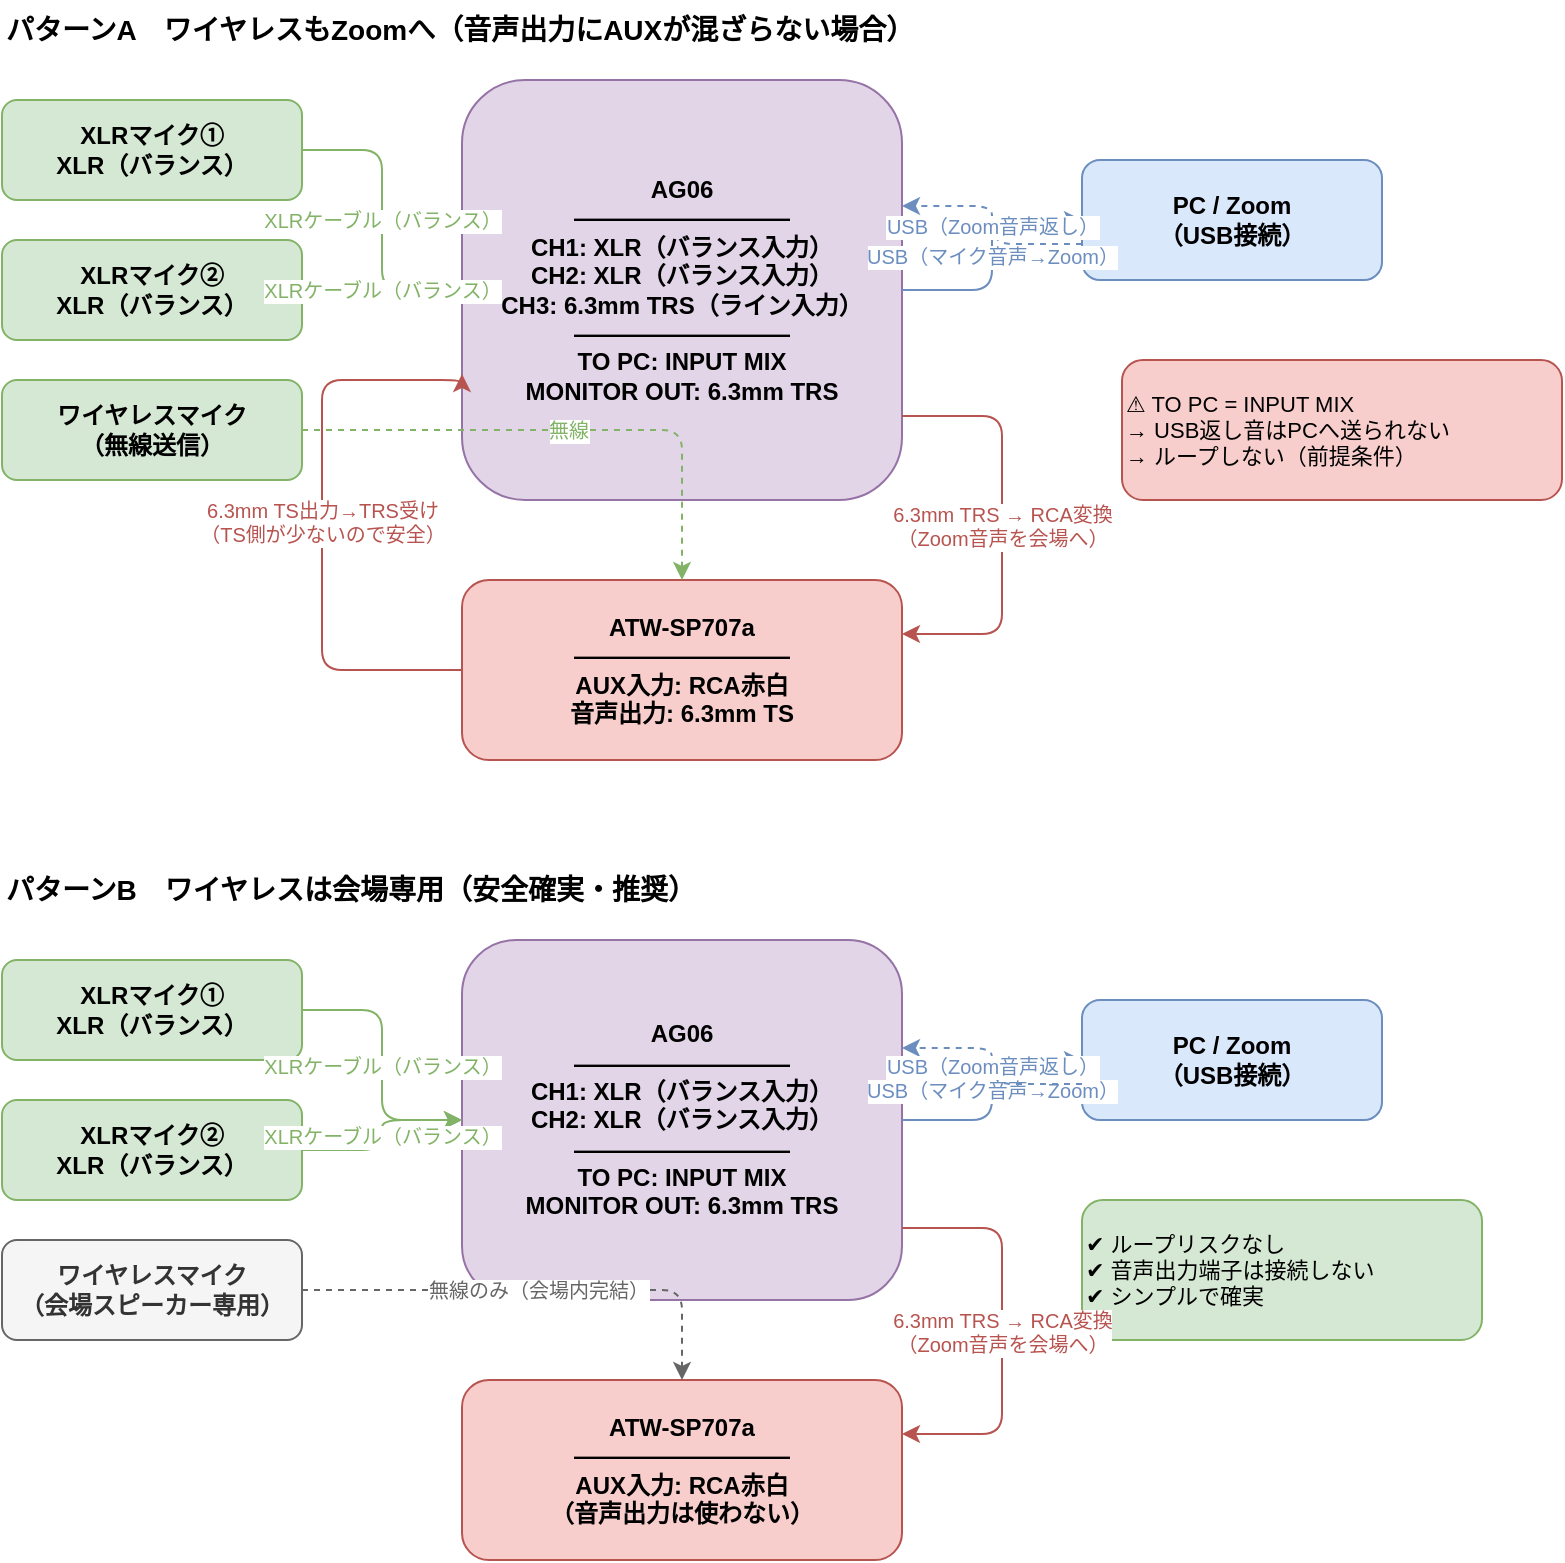
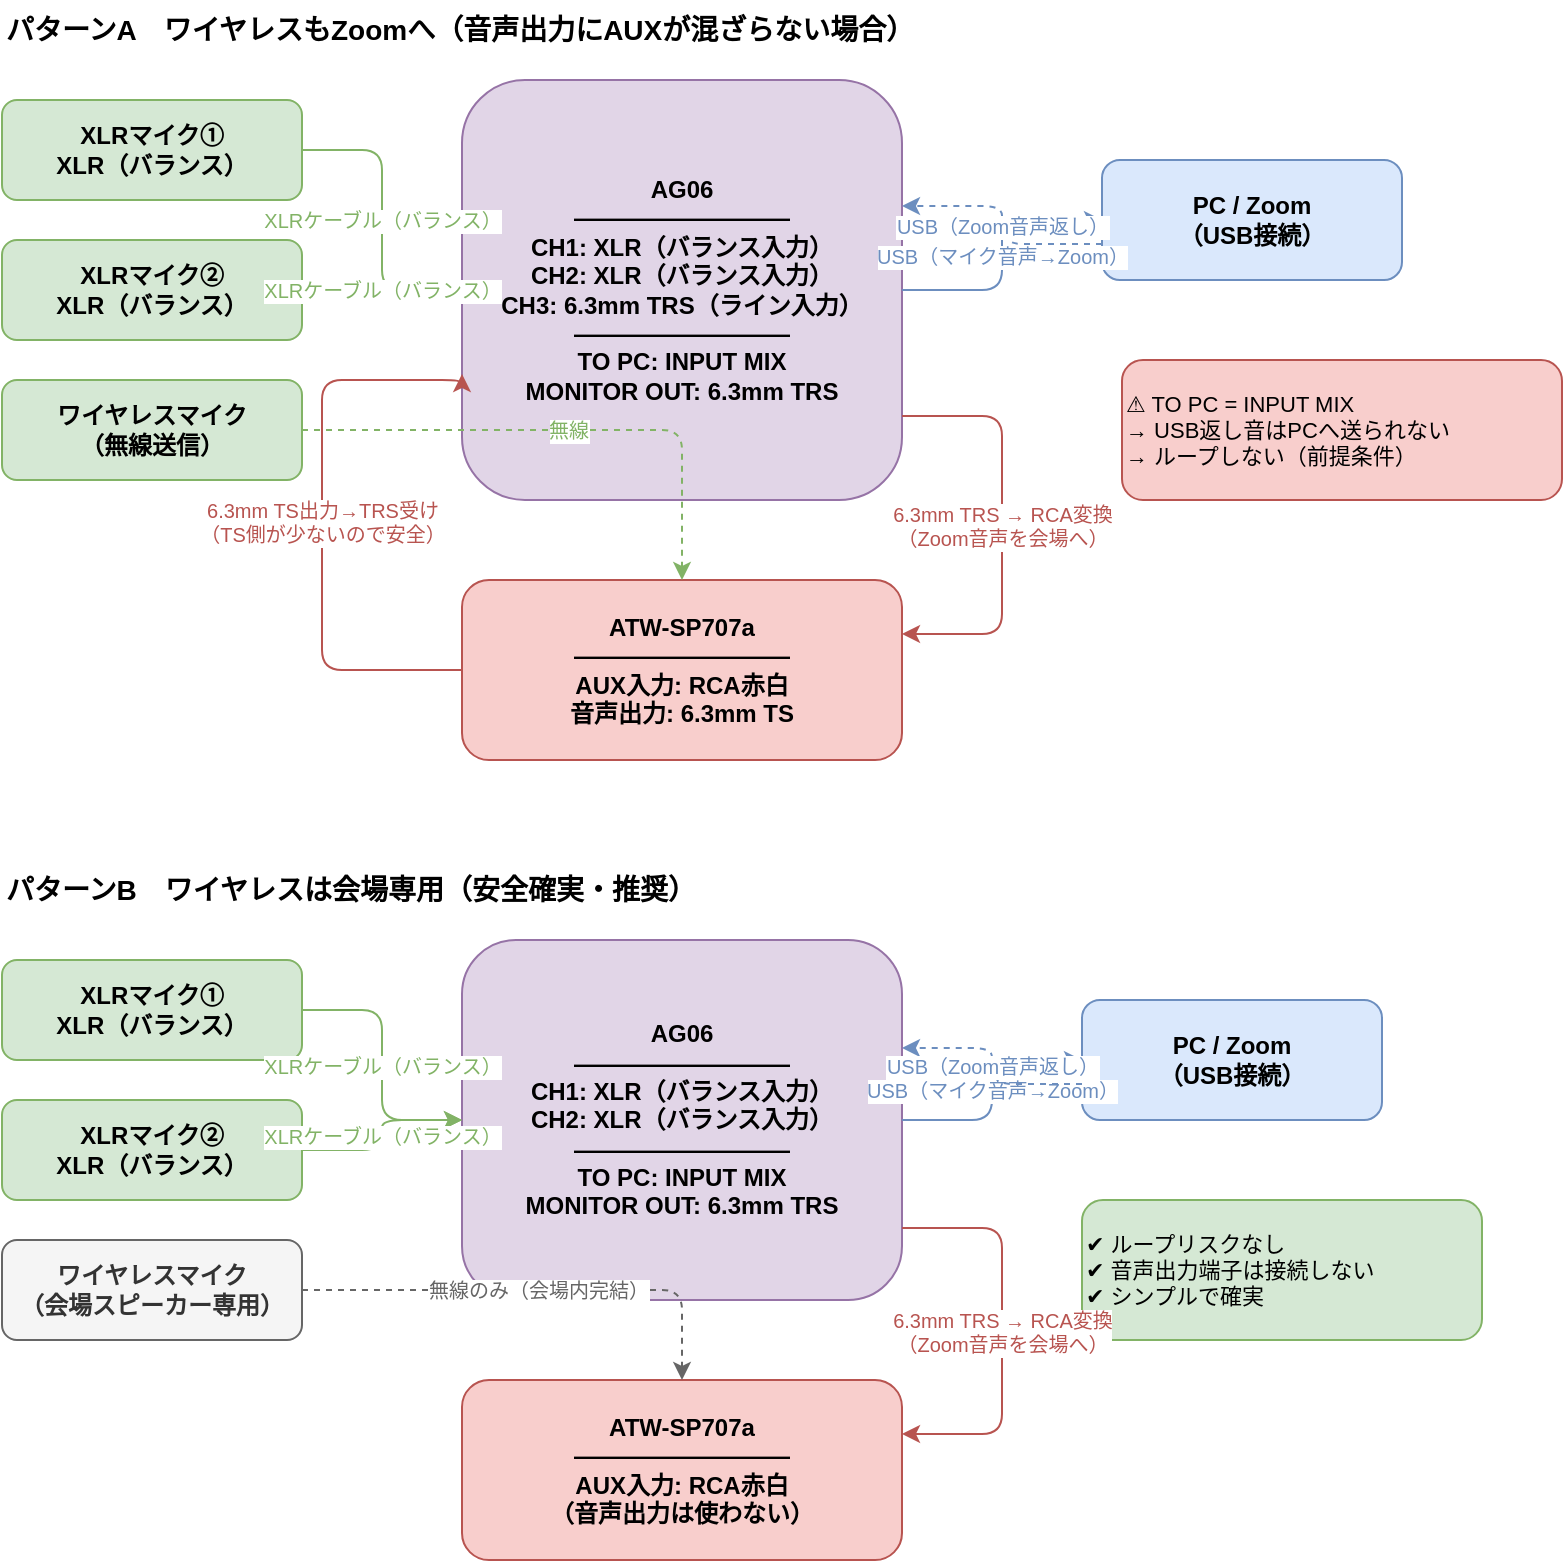
<mxfile host="65bd71144e">
    <diagram id="PcbKWYQ69NuaDzZ4_Pew" name="Page-1">
        <mxGraphModel dx="200" dy="1067" grid="1" gridSize="10" guides="1" tooltips="1" connect="1" arrows="1" fold="1" page="1" pageScale="1" pageWidth="1654" pageHeight="1169" math="0" shadow="0">
            <root>
                <mxCell id="0"/>
                <mxCell id="1" parent="0"/>
                <mxCell id="label_a" value="パターンA　ワイヤレスもZoomへ（音声出力にAUXが混ざらない場合）" style="text;html=1;strokeColor=none;fillColor=none;align=left;verticalAlign=middle;whiteSpace=wrap;rounded=0;fontSize=14;fontStyle=1;" parent="1" vertex="1">
                    <mxGeometry x="40" y="20" width="700" height="30" as="geometry"/>
                </mxCell>
                <mxCell id="a_mic1" value="XLRマイク①&lt;br&gt;XLR（バランス）" style="rounded=1;whiteSpace=wrap;html=1;fillColor=#d5e8d4;strokeColor=#82b366;fontStyle=1;" parent="1" vertex="1">
                    <mxGeometry x="40" y="70" width="150" height="50" as="geometry"/>
                </mxCell>
                <mxCell id="a_mic2" value="XLRマイク②&lt;br&gt;XLR（バランス）" style="rounded=1;whiteSpace=wrap;html=1;fillColor=#d5e8d4;strokeColor=#82b366;fontStyle=1;" parent="1" vertex="1">
                    <mxGeometry x="40" y="140" width="150" height="50" as="geometry"/>
                </mxCell>
                <mxCell id="a_wl" value="ワイヤレスマイク&lt;br&gt;（無線送信）" style="rounded=1;whiteSpace=wrap;html=1;fillColor=#d5e8d4;strokeColor=#82b366;fontStyle=1;" parent="1" vertex="1">
                    <mxGeometry x="40" y="210" width="150" height="50" as="geometry"/>
                </mxCell>
                <mxCell id="a_ag06" value="AG06&lt;br&gt;―――――――――&lt;br&gt;CH1: XLR（バランス入力）&lt;br&gt;CH2: XLR（バランス入力）&lt;br&gt;CH3: 6.3mm TRS（ライン入力）&lt;br&gt;―――――――――&lt;br&gt;TO PC: INPUT MIX&lt;br&gt;MONITOR OUT: 6.3mm TRS" style="rounded=1;whiteSpace=wrap;html=1;fillColor=#e1d5e7;strokeColor=#9673a6;fontStyle=1;align=center;" parent="1" vertex="1">
                    <mxGeometry x="270" y="60" width="220" height="210" as="geometry"/>
                </mxCell>
                <mxCell id="a_atw" value="ATW-SP707a&lt;br&gt;―――――――――&lt;br&gt;AUX入力: RCA赤白&lt;br&gt;音声出力: 6.3mm TS" style="rounded=1;whiteSpace=wrap;html=1;fillColor=#f8cecc;strokeColor=#b85450;fontStyle=1;" parent="1" vertex="1">
                    <mxGeometry x="270" y="310" width="220" height="90" as="geometry"/>
                </mxCell>
                <mxCell id="a_pc" value="PC / Zoom&lt;br&gt;（USB接続）" style="rounded=1;whiteSpace=wrap;html=1;fillColor=#dae8fc;strokeColor=#6c8ebf;fontStyle=1;" parent="1" vertex="1">
-                     <mxGeometry x="580" y="100" width="150" height="60" as="geometry"/>
+                     <mxGeometry x="590" y="100" width="150" height="60" as="geometry"/>
                </mxCell>
                <mxCell id="a_note" value="⚠ TO PC = INPUT MIX&lt;br&gt;→ USB返し音はPCへ送られない&lt;br&gt;→ ループしない（前提条件）" style="text;html=1;strokeColor=#b85450;fillColor=#f8cecc;align=left;verticalAlign=middle;whiteSpace=wrap;rounded=1;fontSize=11;" parent="1" vertex="1">
                    <mxGeometry x="600" y="200" width="220" height="70" as="geometry"/>
                </mxCell>
                <mxCell id="a_arr_mic1" value="XLRケーブル（バランス）" style="edgeStyle=orthogonalEdgeStyle;html=1;strokeColor=#82b366;fontColor=#82b366;fontSize=10;" parent="1" source="a_mic1" target="a_ag06" edge="1">
                    <mxGeometry relative="1" as="geometry"/>
                </mxCell>
                <mxCell id="a_arr_mic2" value="XLRケーブル（バランス）" style="edgeStyle=orthogonalEdgeStyle;html=1;strokeColor=#82b366;fontColor=#82b366;fontSize=10;" parent="1" source="a_mic2" target="a_ag06" edge="1">
                    <mxGeometry relative="1" as="geometry"/>
                </mxCell>
                <mxCell id="a_arr_wl" value="無線" style="edgeStyle=orthogonalEdgeStyle;html=1;strokeColor=#82b366;dashed=1;fontColor=#82b366;fontSize=10;" parent="1" source="a_wl" target="a_atw" edge="1">
                    <mxGeometry relative="1" as="geometry"/>
                </mxCell>
                <mxCell id="a_arr_atw_ag06" value="6.3mm TS出力→TRS受け&lt;br&gt;（TS側が少ないので安全）" style="edgeStyle=orthogonalEdgeStyle;html=1;strokeColor=#b85450;fontColor=#b85450;fontSize=10;exitX=0;exitY=0.5;exitDx=0;exitDy=0;entryX=0;entryY=0.7;entryDx=0;entryDy=0;" parent="1" source="a_atw" target="a_ag06" edge="1">
                    <mxGeometry relative="1" as="geometry">
                        <Array as="points">
                            <mxPoint x="200" y="355"/>
                            <mxPoint x="200" y="210"/>
                        </Array>
                    </mxGeometry>
                </mxCell>
                <mxCell id="a_arr_usb_out" value="USB（マイク音声→Zoom）" style="edgeStyle=orthogonalEdgeStyle;html=1;strokeColor=#6c8ebf;fontColor=#6c8ebf;fontSize=10;" parent="1" source="a_ag06" target="a_pc" edge="1">
                    <mxGeometry relative="1" as="geometry"/>
                </mxCell>
                <mxCell id="a_arr_usb_in" value="USB（Zoom音声返し）" style="edgeStyle=orthogonalEdgeStyle;html=1;strokeColor=#6c8ebf;dashed=1;fontColor=#6c8ebf;fontSize=10;exitX=0;exitY=0.7;exitDx=0;exitDy=0;entryX=1;entryY=0.3;entryDx=0;entryDy=0;" parent="1" source="a_pc" target="a_ag06" edge="1">
                    <mxGeometry relative="1" as="geometry"/>
                </mxCell>
                <mxCell id="a_arr_mon" value="6.3mm TRS → RCA変換&lt;br&gt;（Zoom音声を会場へ）" style="edgeStyle=orthogonalEdgeStyle;html=1;strokeColor=#b85450;fontColor=#b85450;fontSize=10;exitX=1;exitY=0.8;exitDx=0;exitDy=0;entryX=1;entryY=0.3;entryDx=0;entryDy=0;" parent="1" source="a_ag06" target="a_atw" edge="1">
                    <mxGeometry relative="1" as="geometry">
                        <Array as="points">
                            <mxPoint x="540" y="228"/>
                            <mxPoint x="540" y="337"/>
                        </Array>
                    </mxGeometry>
                </mxCell>
                <mxCell id="label_b" value="パターンB　ワイヤレスは会場専用（安全確実・推奨）" style="text;html=1;strokeColor=none;fillColor=none;align=left;verticalAlign=middle;whiteSpace=wrap;rounded=0;fontSize=14;fontStyle=1;" parent="1" vertex="1">
                    <mxGeometry x="40" y="450" width="700" height="30" as="geometry"/>
                </mxCell>
                <mxCell id="b_mic1" value="XLRマイク①&lt;br&gt;XLR（バランス）" style="rounded=1;whiteSpace=wrap;html=1;fillColor=#d5e8d4;strokeColor=#82b366;fontStyle=1;" parent="1" vertex="1">
                    <mxGeometry x="40" y="500" width="150" height="50" as="geometry"/>
                </mxCell>
                <mxCell id="b_mic2" value="XLRマイク②&lt;br&gt;XLR（バランス）" style="rounded=1;whiteSpace=wrap;html=1;fillColor=#d5e8d4;strokeColor=#82b366;fontStyle=1;" parent="1" vertex="1">
                    <mxGeometry x="40" y="570" width="150" height="50" as="geometry"/>
                </mxCell>
                <mxCell id="b_wl" value="ワイヤレスマイク&lt;br&gt;（会場スピーカー専用）" style="rounded=1;whiteSpace=wrap;html=1;fillColor=#f5f5f5;strokeColor=#666666;fontColor=#333333;fontStyle=1;" parent="1" vertex="1">
                    <mxGeometry x="40" y="640" width="150" height="50" as="geometry"/>
                </mxCell>
                <mxCell id="b_ag06" value="AG06&lt;br&gt;―――――――――&lt;br&gt;CH1: XLR（バランス入力）&lt;br&gt;CH2: XLR（バランス入力）&lt;br&gt;―――――――――&lt;br&gt;TO PC: INPUT MIX&lt;br&gt;MONITOR OUT: 6.3mm TRS" style="rounded=1;whiteSpace=wrap;html=1;fillColor=#e1d5e7;strokeColor=#9673a6;fontStyle=1;align=center;" parent="1" vertex="1">
                    <mxGeometry x="270" y="490" width="220" height="180" as="geometry"/>
                </mxCell>
                <mxCell id="b_atw" value="ATW-SP707a&lt;br&gt;―――――――――&lt;br&gt;AUX入力: RCA赤白&lt;br&gt;（音声出力は使わない）" style="rounded=1;whiteSpace=wrap;html=1;fillColor=#f8cecc;strokeColor=#b85450;fontStyle=1;" parent="1" vertex="1">
                    <mxGeometry x="270" y="710" width="220" height="90" as="geometry"/>
                </mxCell>
                <mxCell id="b_pc" value="PC / Zoom&lt;br&gt;（USB接続）" style="rounded=1;whiteSpace=wrap;html=1;fillColor=#dae8fc;strokeColor=#6c8ebf;fontStyle=1;" parent="1" vertex="1">
                    <mxGeometry x="580" y="520" width="150" height="60" as="geometry"/>
                </mxCell>
                <mxCell id="b_note" value="✔ ループリスクなし&lt;br&gt;✔ 音声出力端子は接続しない&lt;br&gt;✔ シンプルで確実" style="text;html=1;strokeColor=#82b366;fillColor=#d5e8d4;align=left;verticalAlign=middle;whiteSpace=wrap;rounded=1;fontSize=11;" parent="1" vertex="1">
                    <mxGeometry x="580" y="620" width="200" height="70" as="geometry"/>
                </mxCell>
                <mxCell id="b_arr_mic1" value="XLRケーブル（バランス）" style="edgeStyle=orthogonalEdgeStyle;html=1;strokeColor=#82b366;fontColor=#82b366;fontSize=10;" parent="1" source="b_mic1" target="b_ag06" edge="1">
                    <mxGeometry relative="1" as="geometry"/>
                </mxCell>
                <mxCell id="b_arr_mic2" value="XLRケーブル（バランス）" style="edgeStyle=orthogonalEdgeStyle;html=1;strokeColor=#82b366;fontColor=#82b366;fontSize=10;" parent="1" source="b_mic2" target="b_ag06" edge="1">
                    <mxGeometry relative="1" as="geometry"/>
                </mxCell>
                <mxCell id="b_arr_wl" value="無線のみ（会場内完結）" style="edgeStyle=orthogonalEdgeStyle;html=1;strokeColor=#666666;dashed=1;fontColor=#666666;fontSize=10;" parent="1" source="b_wl" target="b_atw" edge="1">
                    <mxGeometry relative="1" as="geometry"/>
                </mxCell>
                <mxCell id="b_arr_usb_out" value="USB（マイク音声→Zoom）" style="edgeStyle=orthogonalEdgeStyle;html=1;strokeColor=#6c8ebf;fontColor=#6c8ebf;fontSize=10;" parent="1" source="b_ag06" target="b_pc" edge="1">
                    <mxGeometry relative="1" as="geometry"/>
                </mxCell>
                <mxCell id="b_arr_usb_in" value="USB（Zoom音声返し）" style="edgeStyle=orthogonalEdgeStyle;html=1;strokeColor=#6c8ebf;dashed=1;fontColor=#6c8ebf;fontSize=10;exitX=0;exitY=0.7;exitDx=0;exitDy=0;entryX=1;entryY=0.3;entryDx=0;entryDy=0;" parent="1" source="b_pc" target="b_ag06" edge="1">
                    <mxGeometry relative="1" as="geometry"/>
                </mxCell>
                <mxCell id="b_arr_mon" value="6.3mm TRS → RCA変換&lt;br&gt;（Zoom音声を会場へ）" style="edgeStyle=orthogonalEdgeStyle;html=1;strokeColor=#b85450;fontColor=#b85450;fontSize=10;exitX=1;exitY=0.8;exitDx=0;exitDy=0;entryX=1;entryY=0.3;entryDx=0;entryDy=0;" parent="1" source="b_ag06" target="b_atw" edge="1">
                    <mxGeometry relative="1" as="geometry">
                        <Array as="points">
                            <mxPoint x="540" y="634"/>
                            <mxPoint x="540" y="737"/>
                        </Array>
                    </mxGeometry>
                </mxCell>
            </root>
        </mxGraphModel>
    </diagram>
</mxfile>